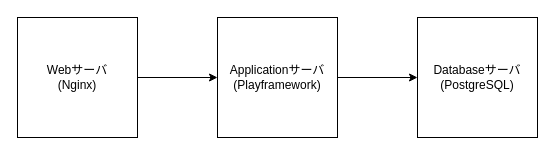
Before: 20201225/img/sys.drawio in cupperservice/LT-Document, a draw.io diagram. Source tidied: cells renumbered, new cells numbered last; positions are measured from the earlier drawing's top-left corner, leaving out a move shared by most shapes. Both pictures are drawn from the tidied source at 100%, with x=0, y=0 at pixel (17, 17).
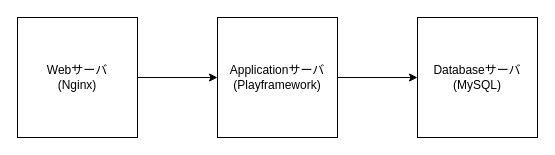
The same page after the edit.

Change to the diagram source:
```diff
@@
 <mxGraphModel>
   <root>
     <mxCell id="0" />
     <mxCell id="1" parent="0" />
     <mxCell id="2" style="edgeStyle=orthogonalEdgeStyle;rounded=0;jettySize=auto;html=1;entryX=0;entryY=0.5;entryDx=0;entryDy=0;" parent="1" edge="1" source="3" target="5">
       <mxGeometry relative="1" as="geometry" />
     </mxCell>
     <mxCell id="3" value="Webサーバ&lt;br&gt;(Nginx)" style="whiteSpace=wrap;html=1;" parent="1" vertex="1">
       <mxGeometry width="120" height="120" as="geometry" />
     </mxCell>
     <mxCell id="4" style="edgeStyle=orthogonalEdgeStyle;rounded=0;jettySize=auto;html=1;entryX=0;entryY=0.5;entryDx=0;entryDy=0;" parent="1" edge="1" source="5" target="6">
       <mxGeometry relative="1" as="geometry" />
     </mxCell>
     <mxCell id="5" value="Applicationサーバ&lt;br&gt;(Playframework)" style="whiteSpace=wrap;html=1;" parent="1" vertex="1">
       <mxGeometry x="200" width="120" height="120" as="geometry" />
     </mxCell>
-    <mxCell id="6" value="Databaseサーバ&lt;br&gt;(PostgreSQL)" style="whiteSpace=wrap;html=1;" parent="1" vertex="1">
+    <mxCell id="6" value="Databaseサーバ&lt;br&gt;(MySQL)" style="whiteSpace=wrap;html=1;" parent="1" vertex="1">
       <mxGeometry x="400" width="120" height="120" as="geometry" />
     </mxCell>
   </root>
 </mxGraphModel>
```
